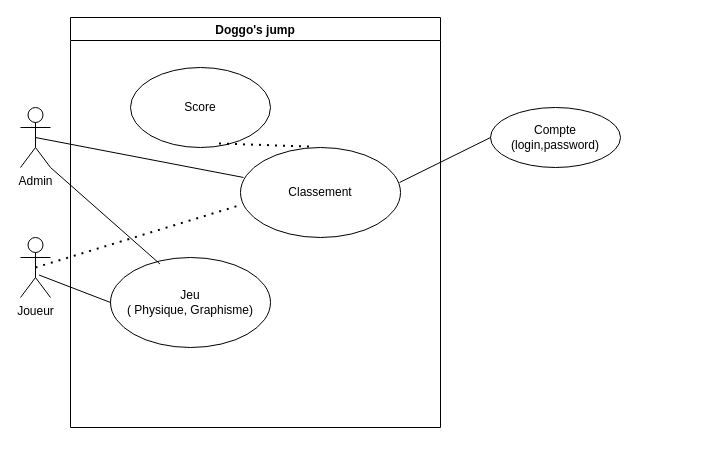
The draw.io diagram Cas_utilisation.drawio in LaseIo/Doggo-s-Jump, before the edit. Source tidied: cells renumbered, new cells numbered last; positions are measured from the earlier drawing's top-left corner, leaving out a move shared by most shapes. Both pictures are drawn from the tidied source at 100%, with x=0, y=0 at pixel (20, 17).
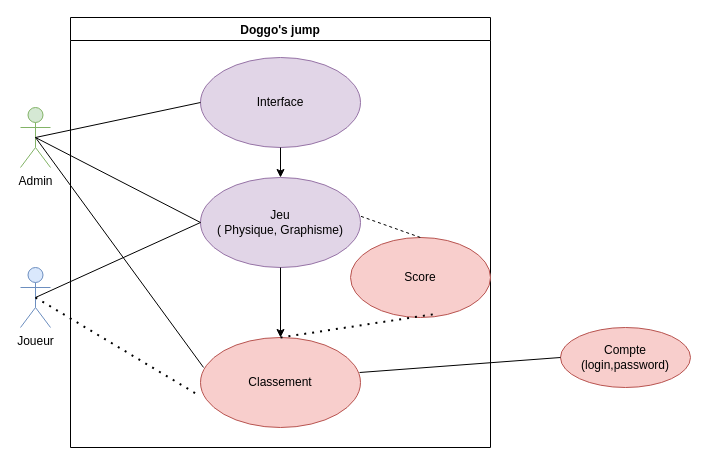
The same page after the edit.

Change to the diagram source:
```diff
@@
-    <mxCell id="2" value="Joueur" style="shape=umlActor;verticalLabelPosition=bottom;verticalAlign=top;html=1;" parent="1" vertex="1">
-      <mxGeometry y="220" width="30" height="60" as="geometry" />
+    <mxCell id="2" value="Joueur" style="shape=umlActor;verticalLabelPosition=bottom;verticalAlign=top;html=1;fillColor=#dae8fc;strokeColor=#6c8ebf;" parent="1" vertex="1">
+      <mxGeometry y="250" width="30" height="60" as="geometry" />
     </mxCell>
-    <mxCell id="3" value="Admin" style="shape=umlActor;verticalLabelPosition=bottom;verticalAlign=top;html=1;" parent="1" vertex="1">
+    <mxCell id="3" value="Admin" style="shape=umlActor;verticalLabelPosition=bottom;verticalAlign=top;html=1;fillColor=#d5e8d4;strokeColor=#82b366;" parent="1" vertex="1">
       <mxGeometry y="90" width="30" height="60" as="geometry" />
     </mxCell>
     <mxCell id="4" value="Doggo's jump" style="swimlane;" parent="1" vertex="1">
-      <mxGeometry x="50" width="370" height="410" as="geometry" />
+      <mxGeometry x="50" width="420" height="430" as="geometry" />
     </mxCell>
-    <mxCell id="5" value="Score" style="ellipse;whiteSpace=wrap;html=1;align=center;newEdgeStyle={&quot;edgeStyle&quot;:&quot;entityRelationEdgeStyle&quot;,&quot;startArrow&quot;:&quot;none&quot;,&quot;endArrow&quot;:&quot;none&quot;,&quot;segment&quot;:10,&quot;curved&quot;:1,&quot;sourcePerimeterSpacing&quot;:0,&quot;targetPerimeterSpacing&quot;:0};" parent="4" vertex="1">
-      <mxGeometry x="60" y="50" width="140" height="80" as="geometry" />
+    <mxCell id="5" value="Score" style="ellipse;whiteSpace=wrap;html=1;align=center;newEdgeStyle={&quot;edgeStyle&quot;:&quot;entityRelationEdgeStyle&quot;,&quot;startArrow&quot;:&quot;none&quot;,&quot;endArrow&quot;:&quot;none&quot;,&quot;segment&quot;:10,&quot;curved&quot;:1,&quot;sourcePerimeterSpacing&quot;:0,&quot;targetPerimeterSpacing&quot;:0};fillColor=#f8cecc;strokeColor=#b85450;" parent="4" vertex="1">
+      <mxGeometry x="280" y="220" width="140" height="80" as="geometry" />
     </mxCell>
-    <mxCell id="6" value="Classement" style="ellipse;whiteSpace=wrap;html=1;align=center;newEdgeStyle={&quot;edgeStyle&quot;:&quot;entityRelationEdgeStyle&quot;,&quot;startArrow&quot;:&quot;none&quot;,&quot;endArrow&quot;:&quot;none&quot;,&quot;segment&quot;:10,&quot;curved&quot;:1,&quot;sourcePerimeterSpacing&quot;:0,&quot;targetPerimeterSpacing&quot;:0};" parent="4" vertex="1">
-      <mxGeometry x="170" y="130" width="160" height="90" as="geometry" />
+    <mxCell id="6" value="Classement" style="ellipse;whiteSpace=wrap;html=1;align=center;newEdgeStyle={&quot;edgeStyle&quot;:&quot;entityRelationEdgeStyle&quot;,&quot;startArrow&quot;:&quot;none&quot;,&quot;endArrow&quot;:&quot;none&quot;,&quot;segment&quot;:10,&quot;curved&quot;:1,&quot;sourcePerimeterSpacing&quot;:0,&quot;targetPerimeterSpacing&quot;:0};fillColor=#f8cecc;strokeColor=#b85450;" parent="4" vertex="1">
+      <mxGeometry x="130" y="320" width="160" height="90" as="geometry" />
     </mxCell>
-    <mxCell id="7" style="endArrow=none;dashed=1;html=1;dashPattern=1 3;strokeWidth=2;rounded=0;entryX=0.629;entryY=0.95;entryDx=0;entryDy=0;entryPerimeter=0;exitX=0.428;exitY=-0.011;exitDx=0;exitDy=0;exitPerimeter=0;" parent="4" edge="1" source="6" target="5">
+    <mxCell id="7" style="endArrow=none;dashed=1;html=1;dashPattern=1 3;strokeWidth=2;rounded=0;entryX=0.629;entryY=0.95;entryDx=0;entryDy=0;entryPerimeter=0;exitX=0.5;exitY=0;exitDx=0;exitDy=0;" parent="4" edge="1" source="6" target="5">
       <mxGeometry relative="1" as="geometry" />
     </mxCell>
+    <mxCell id="15" style="endArrow=none;dashed=1;html=1;rounded=0;entryX=0.5;entryY=0;entryDx=0;entryDy=0;exitX=1;exitY=1;exitDx=0;exitDy=0;" parent="4" edge="1" target="5">
+      <mxGeometry relative="1" as="geometry">
+        <mxPoint x="256.6" y="186.8" as="sourcePoint" />
+      </mxGeometry>
+    </mxCell>
+    <mxCell id="16" value="Interface" style="ellipse;whiteSpace=wrap;html=1;align=center;newEdgeStyle={&quot;edgeStyle&quot;:&quot;entityRelationEdgeStyle&quot;,&quot;startArrow&quot;:&quot;none&quot;,&quot;endArrow&quot;:&quot;none&quot;,&quot;segment&quot;:10,&quot;curved&quot;:1,&quot;sourcePerimeterSpacing&quot;:0,&quot;targetPerimeterSpacing&quot;:0};fillColor=#e1d5e7;strokeColor=#9673a6;" parent="4" vertex="1">
+      <mxGeometry x="130" y="40" width="160" height="90" as="geometry" />
+    </mxCell>
-    <mxCell id="8" value="Jeu&lt;div&gt;( Physique, Graphisme)&lt;/div&gt;" style="ellipse;whiteSpace=wrap;html=1;align=center;newEdgeStyle={&quot;edgeStyle&quot;:&quot;entityRelationEdgeStyle&quot;,&quot;startArrow&quot;:&quot;none&quot;,&quot;endArrow&quot;:&quot;none&quot;,&quot;segment&quot;:10,&quot;curved&quot;:1,&quot;sourcePerimeterSpacing&quot;:0,&quot;targetPerimeterSpacing&quot;:0};" parent="1" vertex="1">
-      <mxGeometry x="90" y="240" width="160" height="90" as="geometry" />
+    <mxCell id="8" value="Jeu&lt;div&gt;( Physique, Graphisme)&lt;/div&gt;" style="ellipse;whiteSpace=wrap;html=1;align=center;newEdgeStyle={&quot;edgeStyle&quot;:&quot;entityRelationEdgeStyle&quot;,&quot;startArrow&quot;:&quot;none&quot;,&quot;endArrow&quot;:&quot;none&quot;,&quot;segment&quot;:10,&quot;curved&quot;:1,&quot;sourcePerimeterSpacing&quot;:0,&quot;targetPerimeterSpacing&quot;:0};fillColor=#e1d5e7;strokeColor=#9673a6;" parent="4" vertex="1">
+      <mxGeometry x="130" y="160" width="160" height="90" as="geometry" />
     </mxCell>
+    <mxCell id="17" style="endArrow=classic;html=1;rounded=0;entryX=0.5;entryY=0;entryDx=0;entryDy=0;exitX=0.5;exitY=1;exitDx=0;exitDy=0;" parent="4" edge="1" source="16" target="8">
+      <mxGeometry relative="1" as="geometry" />
+    </mxCell>
+    <mxCell id="18" style="endArrow=classic;html=1;rounded=0;entryX=0.5;entryY=0;entryDx=0;entryDy=0;exitX=0.5;exitY=1;exitDx=0;exitDy=0;" parent="4" edge="1" source="8" target="6">
+      <mxGeometry relative="1" as="geometry" />
+    </mxCell>
-    <mxCell id="9" style="endArrow=none;html=1;rounded=0;exitX=0.617;exitY=0.625;exitDx=0;exitDy=0;exitPerimeter=0;entryX=0;entryY=0.5;entryDx=0;entryDy=0;" parent="1" edge="1" source="2" target="8">
+    <mxCell id="9" style="endArrow=none;html=1;rounded=0;exitX=0.5;exitY=0.5;exitDx=0;exitDy=0;exitPerimeter=0;entryX=0;entryY=0.5;entryDx=0;entryDy=0;" parent="1" edge="1" source="2" target="8">
       <mxGeometry relative="1" as="geometry" />
     </mxCell>
@@
-    <mxCell id="12" style="endArrow=none;html=1;rounded=0;entryX=1;entryY=1;entryDx=0;entryDy=0;entryPerimeter=0;exitX=0.309;exitY=0.072;exitDx=0;exitDy=0;exitPerimeter=0;" parent="1" edge="1" source="8" target="3">
-      <mxGeometry relative="1" as="geometry" />
+    <mxCell id="12" style="endArrow=none;html=1;rounded=0;exitX=0;exitY=0.5;exitDx=0;exitDy=0;" parent="1" edge="1" source="8">
+      <mxGeometry relative="1" as="geometry">
+        <mxPoint x="15" y="120" as="targetPoint" />
+      </mxGeometry>
     </mxCell>
-    <mxCell id="13" value="Compte&lt;div&gt;(login,password)&lt;/div&gt;" style="ellipse;whiteSpace=wrap;html=1;align=center;newEdgeStyle={&quot;edgeStyle&quot;:&quot;entityRelationEdgeStyle&quot;,&quot;startArrow&quot;:&quot;none&quot;,&quot;endArrow&quot;:&quot;none&quot;,&quot;segment&quot;:10,&quot;curved&quot;:1,&quot;sourcePerimeterSpacing&quot;:0,&quot;targetPerimeterSpacing&quot;:0};" parent="1" vertex="1">
-      <mxGeometry x="470" y="90" width="130" height="60" as="geometry" />
+    <mxCell id="13" value="Compte&lt;div&gt;(login,password)&lt;/div&gt;" style="ellipse;whiteSpace=wrap;html=1;align=center;newEdgeStyle={&quot;edgeStyle&quot;:&quot;entityRelationEdgeStyle&quot;,&quot;startArrow&quot;:&quot;none&quot;,&quot;endArrow&quot;:&quot;none&quot;,&quot;segment&quot;:10,&quot;curved&quot;:1,&quot;sourcePerimeterSpacing&quot;:0,&quot;targetPerimeterSpacing&quot;:0};fillColor=#f8cecc;strokeColor=#b85450;" parent="1" vertex="1">
+      <mxGeometry x="540" y="310" width="130" height="60" as="geometry" />
     </mxCell>
@@
+    <mxCell id="19" style="endArrow=none;html=1;rounded=0;exitX=0.5;exitY=0.5;exitDx=0;exitDy=0;exitPerimeter=0;entryX=0;entryY=0.5;entryDx=0;entryDy=0;" parent="1" edge="1" source="3" target="16">
+      <mxGeometry relative="1" as="geometry" />
+    </mxCell>
```
